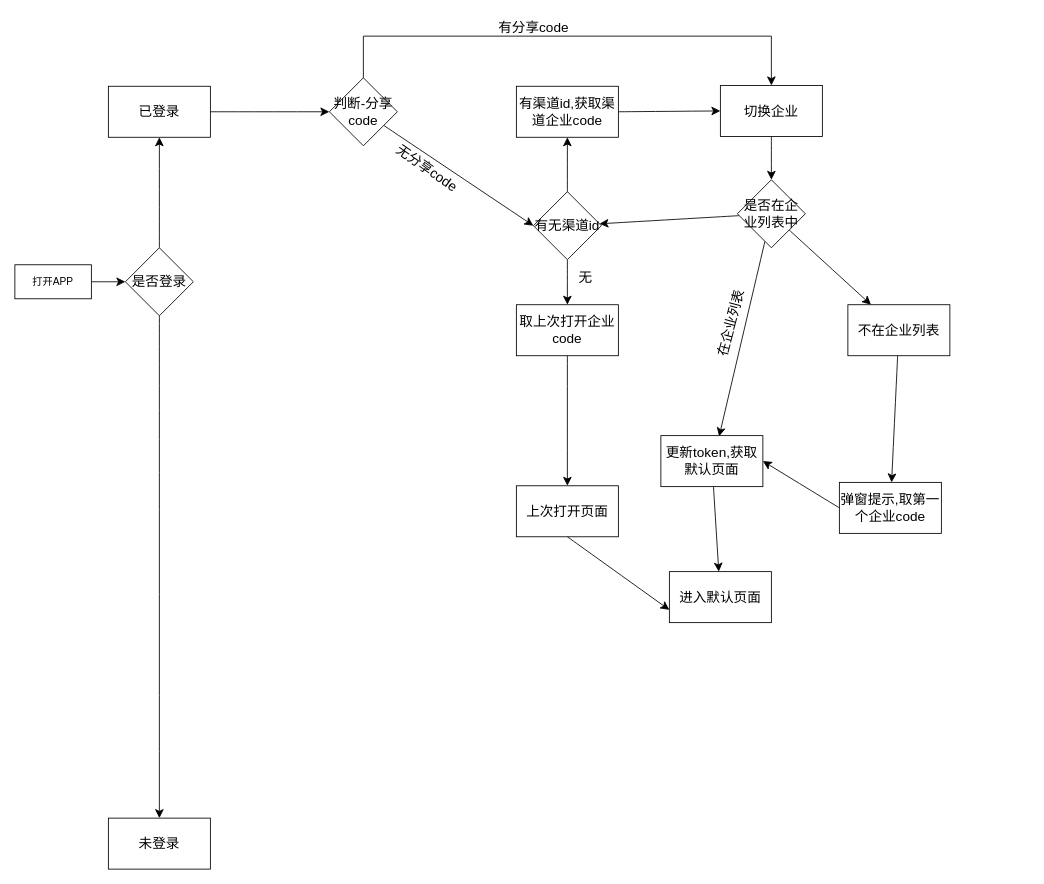
This is 未命名绘图.drawio from huhao0208/car, a draw.io file, before an edit. Source tidied: cells renumbered, new cells numbered last; positions are measured from the earlier drawing's top-left corner, leaving out a move shared by most shapes. Both pictures are drawn from the tidied source at 85%, with x=0, y=0 at pixel (14, 14).
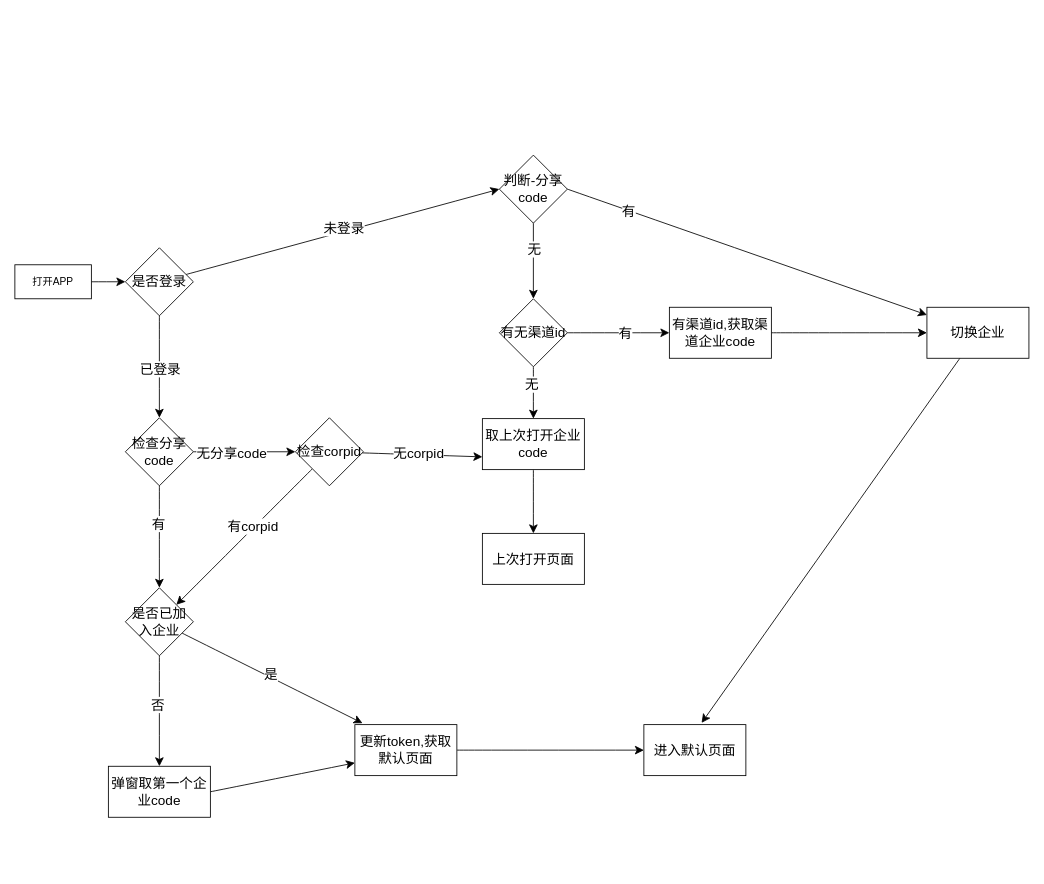
Above is the later version.

Commit message:
小程序切换逻辑.drawio

The change refers to these unchanged cells:
```xml
<mxCell id="6" value="是否登录" style="rhombus;whiteSpace=wrap;html=1;rounded=0;fontSize=16;" parent="1" vertex="1">
  <mxGeometry x="130" y="274" width="80" height="80" as="geometry" />
</mxCell>
<mxCell id="13" style="edgeStyle=none;curved=1;rounded=0;jettySize=auto;html=1;fontSize=12;startSize=8;endSize=8;" parent="1" edge="1" source="15" target="17">
  <mxGeometry relative="1" as="geometry" />
</mxCell>
<mxCell id="14" style="edgeStyle=none;curved=1;rounded=0;jettySize=auto;html=1;fontSize=12;startSize=8;endSize=8;" parent="1" edge="1" source="15" target="19">
  <mxGeometry relative="1" as="geometry" />
</mxCell>
```

Diff of the diagram source:
```diff
@@
-    <mxCell id="4" style="edgeStyle=none;curved=1;rounded=0;jettySize=auto;html=1;fontSize=12;startSize=8;endSize=8;" parent="1" edge="1" source="6" target="8">
+    <mxCell id="4" style="edgeStyle=none;curved=1;rounded=0;jettySize=auto;html=1;fontSize=12;startSize=8;endSize=8;entryX=0;entryY=0.5;entryDx=0;entryDy=0;" parent="1" edge="1" source="6" target="12">
       <mxGeometry relative="1" as="geometry" />
     </mxCell>
-    <mxCell id="5" style="edgeStyle=none;curved=1;rounded=0;jettySize=auto;html=1;fontSize=12;startSize=8;endSize=8;" parent="1" edge="1" source="6" target="9">
-      <mxGeometry relative="1" as="geometry" />
-    </mxCell>
+    <mxCell id="9" value="未登录" style="edgeLabel;html=1;align=center;verticalAlign=middle;points=[];fontSize=16;" parent="4" vertex="1">
+      <mxGeometry x="0.01" y="4" relative="1" as="geometry" />
+    </mxCell>
+    <mxCell id="39" style="edgeStyle=none;curved=1;rounded=0;jettySize=auto;html=1;fontSize=12;startSize=8;endSize=8;" parent="1" edge="1" source="6" target="47">
+      <mxGeometry relative="1" as="geometry" />
+    </mxCell>
+    <mxCell id="8" value="已登录" style="edgeLabel;html=1;align=center;verticalAlign=middle;points=[];fontSize=16;" parent="39" vertex="1">
+      <mxGeometry x="0.04" relative="1" as="geometry" />
+    </mxCell>
@@
-    <mxCell id="7" style="edgeStyle=none;curved=1;rounded=0;jettySize=auto;html=1;fontSize=12;startSize=8;endSize=8;" parent="1" edge="1" source="8" target="12">
-      <mxGeometry relative="1" as="geometry" />
-    </mxCell>
-    <mxCell id="8" value="已登录" style="whiteSpace=wrap;html=1;fontSize=16;rounded=0;" parent="1" vertex="1">
-      <mxGeometry x="110" y="84" width="120" height="60" as="geometry" />
-    </mxCell>
-    <mxCell id="9" value="未登录" style="whiteSpace=wrap;html=1;fontSize=16;rounded=0;" parent="1" vertex="1">
-      <mxGeometry x="110" y="945" width="120" height="60" as="geometry" />
-    </mxCell>
+    <mxCell id="11" style="edgeStyle=none;rounded=0;jettySize=auto;html=1;fontSize=12;startSize=8;endSize=8;entryX=0.5;entryY=0;entryDx=0;entryDy=0;exitX=0.5;exitY=1;exitDx=0;exitDy=0;" parent="1" edge="1" source="12" target="15">
+      <mxGeometry relative="1" as="geometry" />
+    </mxCell>
+    <mxCell id="40" value="无" style="edgeLabel;html=1;align=center;verticalAlign=middle;fontSize=16;" parent="11" vertex="1">
+      <mxGeometry x="-0.33" relative="1" as="geometry" />
+    </mxCell>
-    <mxCell id="10" style="edgeStyle=none;rounded=0;jettySize=auto;html=1;fontSize=12;startSize=8;endSize=8;entryX=0.5;entryY=0;entryDx=0;entryDy=0;" parent="1" edge="1" source="12" target="21">
-      <mxGeometry relative="1" as="geometry">
-        <Array as="points">
-          <mxPoint x="410" y="25" />
-          <mxPoint x="890" y="25" />
-        </Array>
-      </mxGeometry>
+    <mxCell id="10" style="edgeStyle=none;curved=1;rounded=0;jettySize=auto;html=1;exitX=1;exitY=0.5;exitDx=0;exitDy=0;fontSize=12;startSize=8;endSize=8;" parent="1" edge="1" source="12" target="21">
+      <mxGeometry relative="1" as="geometry" />
     </mxCell>
-    <mxCell id="11" style="edgeStyle=none;curved=1;rounded=0;jettySize=auto;html=1;fontSize=12;startSize=8;endSize=8;entryX=0;entryY=0.5;entryDx=0;entryDy=0;" parent="1" edge="1" source="12" target="15">
-      <mxGeometry relative="1" as="geometry" />
-    </mxCell>
+    <mxCell id="41" value="有" style="edgeLabel;html=1;align=center;verticalAlign=middle;fontSize=16;" parent="10" vertex="1">
+      <mxGeometry x="-0.66" relative="1" as="geometry" />
+    </mxCell>
     <mxCell id="12" value="判断-分享code" style="rhombus;whiteSpace=wrap;html=1;fontSize=16;rounded=0;" parent="1" vertex="1">
-      <mxGeometry x="370" y="74" width="80" height="80" as="geometry" />
+      <mxGeometry x="570" y="165" width="80" height="80" as="geometry" />
     </mxCell>
@@
+    <mxCell id="42" value="有" style="edgeLabel;html=1;align=center;verticalAlign=middle;fontSize=16;" parent="13" vertex="1">
+      <mxGeometry x="0.11" relative="1" as="geometry" />
+    </mxCell>
@@
+    <mxCell id="43" value="无" style="edgeLabel;html=1;align=center;verticalAlign=middle;fontSize=16;" parent="14" vertex="1">
+      <mxGeometry x="-0.35" y="-3" relative="1" as="geometry" />
+    </mxCell>
     <mxCell id="15" value="有无渠道id" style="rhombus;whiteSpace=wrap;html=1;fontSize=16;rounded=0;" parent="1" vertex="1">
-      <mxGeometry x="610" y="208" width="80" height="80" as="geometry" />
+      <mxGeometry x="570" y="334" width="80" height="80" as="geometry" />
     </mxCell>
@@
     <mxCell id="17" value="有渠道id,获取渠道企业code" style="whiteSpace=wrap;html=1;fontSize=16;rounded=0;" parent="1" vertex="1">
-      <mxGeometry x="590" y="84" width="120" height="60" as="geometry" />
+      <mxGeometry x="770" y="344" width="120" height="60" as="geometry" />
     </mxCell>
@@
     <mxCell id="19" value="取上次打开企业code" style="whiteSpace=wrap;html=1;fontSize=16;rounded=0;" parent="1" vertex="1">
-      <mxGeometry x="590" y="341" width="120" height="60" as="geometry" />
+      <mxGeometry x="550" y="475" width="120" height="60" as="geometry" />
     </mxCell>
-    <mxCell id="20" style="edgeStyle=none;curved=1;rounded=0;jettySize=auto;html=1;fontSize=12;startSize=8;endSize=8;" parent="1" edge="1" source="21" target="25">
+    <mxCell id="20" style="edgeStyle=none;curved=1;rounded=0;jettySize=auto;html=1;fontSize=12;startSize=8;endSize=8;entryX=0.566;entryY=-0.034;entryDx=0;entryDy=0;entryPerimeter=0;" parent="1" edge="1" source="21" target="33">
       <mxGeometry relative="1" as="geometry" />
     </mxCell>
     <mxCell id="21" value="切换企业" style="rounded=0;whiteSpace=wrap;html=1;fontSize=16;" parent="1" vertex="1">
-      <mxGeometry x="830" y="83" width="120" height="60" as="geometry" />
+      <mxGeometry x="1073" y="344" width="120" height="60" as="geometry" />
     </mxCell>
-    <mxCell id="22" style="edgeStyle=none;curved=1;rounded=0;jettySize=auto;html=1;fontSize=12;startSize=8;endSize=8;entryX=0.571;entryY=0.015;entryDx=0;entryDy=0;entryPerimeter=0;" parent="1" edge="1" source="25" target="31">
-      <mxGeometry relative="1" as="geometry" />
-    </mxCell>
-    <mxCell id="23" style="edgeStyle=none;curved=1;rounded=0;jettySize=auto;html=1;fontSize=12;startSize=8;endSize=8;" parent="1" edge="1" source="25" target="27">
-      <mxGeometry relative="1" as="geometry" />
-    </mxCell>
-    <mxCell id="24" style="edgeStyle=none;curved=1;rounded=0;jettySize=auto;html=1;fontSize=12;startSize=8;endSize=8;" parent="1" edge="1" source="25" target="15">
-      <mxGeometry relative="1" as="geometry" />
-    </mxCell>
-    <mxCell id="25" value="是否在企业列表中" style="rhombus;whiteSpace=wrap;html=1;fontSize=16;rounded=0;" parent="1" vertex="1">
-      <mxGeometry x="850" y="194" width="80" height="80" as="geometry" />
-    </mxCell>
-    <mxCell id="26" style="edgeStyle=none;curved=1;rounded=0;jettySize=auto;html=1;fontSize=12;startSize=8;endSize=8;" parent="1" edge="1" source="27" target="29">
-      <mxGeometry relative="1" as="geometry" />
-    </mxCell>
-    <mxCell id="27" value="不在企业列表" style="whiteSpace=wrap;html=1;fontSize=16;rounded=0;" parent="1" vertex="1">
-      <mxGeometry x="980" y="341" width="120" height="60" as="geometry" />
-    </mxCell>
-    <mxCell id="28" style="edgeStyle=none;curved=1;rounded=0;jettySize=auto;html=1;exitX=0;exitY=0.5;exitDx=0;exitDy=0;entryX=1;entryY=0.5;entryDx=0;entryDy=0;fontSize=12;startSize=8;endSize=8;" parent="1" edge="1" source="29" target="31">
-      <mxGeometry relative="1" as="geometry" />
-    </mxCell>
-    <mxCell id="29" value="弹窗提示,取第一个企业code" style="whiteSpace=wrap;html=1;fontSize=16;rounded=0;" parent="1" vertex="1">
-      <mxGeometry x="970" y="550" width="120" height="60" as="geometry" />
-    </mxCell>
@@
     <mxCell id="31" value="更新token,获取默认页面" style="whiteSpace=wrap;html=1;fontSize=16;rounded=0;" parent="1" vertex="1">
-      <mxGeometry x="760" y="495" width="120" height="60" as="geometry" />
+      <mxGeometry x="400" y="835" width="120" height="60" as="geometry" />
     </mxCell>
     <mxCell id="32" value="上次打开页面" style="whiteSpace=wrap;html=1;fontSize=16;rounded=0;" parent="1" vertex="1">
-      <mxGeometry x="590" y="554" width="120" height="60" as="geometry" />
+      <mxGeometry x="550" y="610" width="120" height="60" as="geometry" />
     </mxCell>
     <mxCell id="33" value="进入默认页面" style="whiteSpace=wrap;html=1;fontSize=16;rounded=0;" parent="1" vertex="1">
-      <mxGeometry x="770" y="655" width="120" height="60" as="geometry" />
+      <mxGeometry x="740" y="835" width="120" height="60" as="geometry" />
     </mxCell>
-    <mxCell id="34" style="edgeStyle=none;curved=1;rounded=0;jettySize=auto;html=1;exitX=0.5;exitY=1;exitDx=0;exitDy=0;fontSize=12;startSize=8;endSize=8;entryX=0;entryY=0.75;entryDx=0;entryDy=0;" parent="1" edge="1" source="32" target="33">
-      <mxGeometry relative="1" as="geometry" />
-    </mxCell>
+    <mxCell id="44" style="edgeStyle=none;curved=1;rounded=0;jettySize=auto;html=1;fontSize=12;startSize=8;endSize=8;" parent="1" edge="1" source="47" target="52">
+      <mxGeometry relative="1" as="geometry" />
+    </mxCell>
+    <mxCell id="45" value="有" style="edgeLabel;html=1;align=center;verticalAlign=middle;fontSize=16;" parent="44" vertex="1">
+      <mxGeometry x="-0.27" y="-2" relative="1" as="geometry" />
+    </mxCell>
+    <mxCell id="46" style="edgeStyle=none;curved=1;rounded=0;jettySize=auto;html=1;fontSize=12;startSize=8;endSize=8;" parent="1" edge="1" source="47" target="57">
+      <mxGeometry relative="1" as="geometry" />
+    </mxCell>
-    <mxCell id="35" value="无分享code&lt;br&gt;" style="text;html=1;align=center;verticalAlign=middle;strokeColor=none;fillColor=none;fontSize=16;rotation=35;" parent="1" vertex="1">
-      <mxGeometry x="430" y="165" width="110" height="30" as="geometry" />
+    <mxCell id="35" value="无分享code" style="edgeLabel;html=1;align=center;verticalAlign=middle;fontSize=16;" parent="46" vertex="1">
+      <mxGeometry x="-0.26" y="-1" relative="1" as="geometry" />
     </mxCell>
-    <mxCell id="36" value="有分享code" style="text;html=1;align=center;verticalAlign=middle;strokeColor=none;fillColor=none;fontSize=16;" parent="1" vertex="1">
-      <mxGeometry x="555" width="110" height="30" as="geometry" />
-    </mxCell>
-    <mxCell id="37" value="无" style="text;html=1;align=center;verticalAlign=middle;strokeColor=none;fillColor=none;fontSize=16;" parent="1" vertex="1">
-      <mxGeometry x="651" y="294" width="40" height="30" as="geometry" />
-    </mxCell>
-    <mxCell id="38" value="在企业列表" style="text;html=1;align=center;verticalAlign=middle;strokeColor=none;fillColor=none;fontSize=16;rotation=-75;" parent="1" vertex="1">
-      <mxGeometry x="792" y="348" width="100" height="30" as="geometry" />
-    </mxCell>
+    <mxCell id="47" value="检查分享code" style="rhombus;whiteSpace=wrap;html=1;fontSize=16;rounded=0;" parent="1" vertex="1">
+      <mxGeometry x="130" y="474" width="80" height="80" as="geometry" />
+    </mxCell>
+    <mxCell id="48" style="edgeStyle=none;curved=1;rounded=0;jettySize=auto;html=1;fontSize=12;startSize=8;endSize=8;entryX=0.075;entryY=-0.028;entryDx=0;entryDy=0;entryPerimeter=0;" parent="1" edge="1" source="52" target="31">
+      <mxGeometry relative="1" as="geometry" />
+    </mxCell>
+    <mxCell id="49" value="是" style="edgeLabel;html=1;align=center;verticalAlign=middle;fontSize=16;" parent="48" vertex="1">
+      <mxGeometry x="-0.03" y="3" relative="1" as="geometry">
+        <mxPoint y="-1" as="offset" />
+      </mxGeometry>
+    </mxCell>
+    <mxCell id="50" style="edgeStyle=none;curved=1;rounded=0;jettySize=auto;html=1;fontSize=12;startSize=8;endSize=8;" parent="1" edge="1" source="52" target="59">
+      <mxGeometry relative="1" as="geometry" />
+    </mxCell>
+    <mxCell id="51" value="否" style="edgeLabel;html=1;align=center;verticalAlign=middle;fontSize=16;" parent="50" vertex="1">
+      <mxGeometry x="-0.13" y="-3" relative="1" as="geometry" />
+    </mxCell>
+    <mxCell id="52" value="是否已加入企业" style="rhombus;whiteSpace=wrap;html=1;fontSize=16;rounded=0;" parent="1" vertex="1">
+      <mxGeometry x="130" y="674" width="80" height="80" as="geometry" />
+    </mxCell>
+    <mxCell id="53" style="edgeStyle=none;curved=1;rounded=0;jettySize=auto;html=1;fontSize=12;startSize=8;endSize=8;entryX=0;entryY=0.75;entryDx=0;entryDy=0;" parent="1" edge="1" source="57" target="19">
+      <mxGeometry relative="1" as="geometry" />
+    </mxCell>
+    <mxCell id="54" value="无corpid" style="edgeLabel;html=1;align=center;verticalAlign=middle;fontSize=16;" parent="53" vertex="1">
+      <mxGeometry x="-0.07" y="2" relative="1" as="geometry" />
+    </mxCell>
+    <mxCell id="55" style="edgeStyle=none;curved=1;rounded=0;jettySize=auto;html=1;fontSize=12;startSize=8;endSize=8;entryX=1;entryY=0;entryDx=0;entryDy=0;" parent="1" edge="1" source="57" target="52">
+      <mxGeometry relative="1" as="geometry" />
+    </mxCell>
+    <mxCell id="56" value="有corpid" style="edgeLabel;html=1;align=center;verticalAlign=middle;fontSize=16;" parent="55" vertex="1">
+      <mxGeometry x="-0.13" y="-2" relative="1" as="geometry" />
+    </mxCell>
+    <mxCell id="57" value="检查corpid" style="rhombus;whiteSpace=wrap;html=1;fontSize=16;rounded=0;" parent="1" vertex="1">
+      <mxGeometry x="330" y="474" width="80" height="80" as="geometry" />
+    </mxCell>
+    <mxCell id="58" style="edgeStyle=none;curved=1;rounded=0;jettySize=auto;html=1;exitX=1;exitY=0.5;exitDx=0;exitDy=0;entryX=0;entryY=0.75;entryDx=0;entryDy=0;fontSize=12;startSize=8;endSize=8;" parent="1" edge="1" source="59" target="31">
+      <mxGeometry relative="1" as="geometry" />
+    </mxCell>
+    <mxCell id="59" value="弹窗取第一个企业code" style="whiteSpace=wrap;html=1;fontSize=16;rounded=0;" parent="1" vertex="1">
+      <mxGeometry x="110" y="884" width="120" height="60" as="geometry" />
+    </mxCell>
+    <mxCell id="60" style="edgeStyle=none;curved=1;rounded=0;orthogonalLoop=1;jettySize=auto;html=1;exitX=0;exitY=0.5;exitDx=0;exitDy=0;fontSize=12;startSize=8;endSize=8;" parent="1" edge="1" source="15" target="15">
+      <mxGeometry relative="1" as="geometry" />
+    </mxCell>
```
